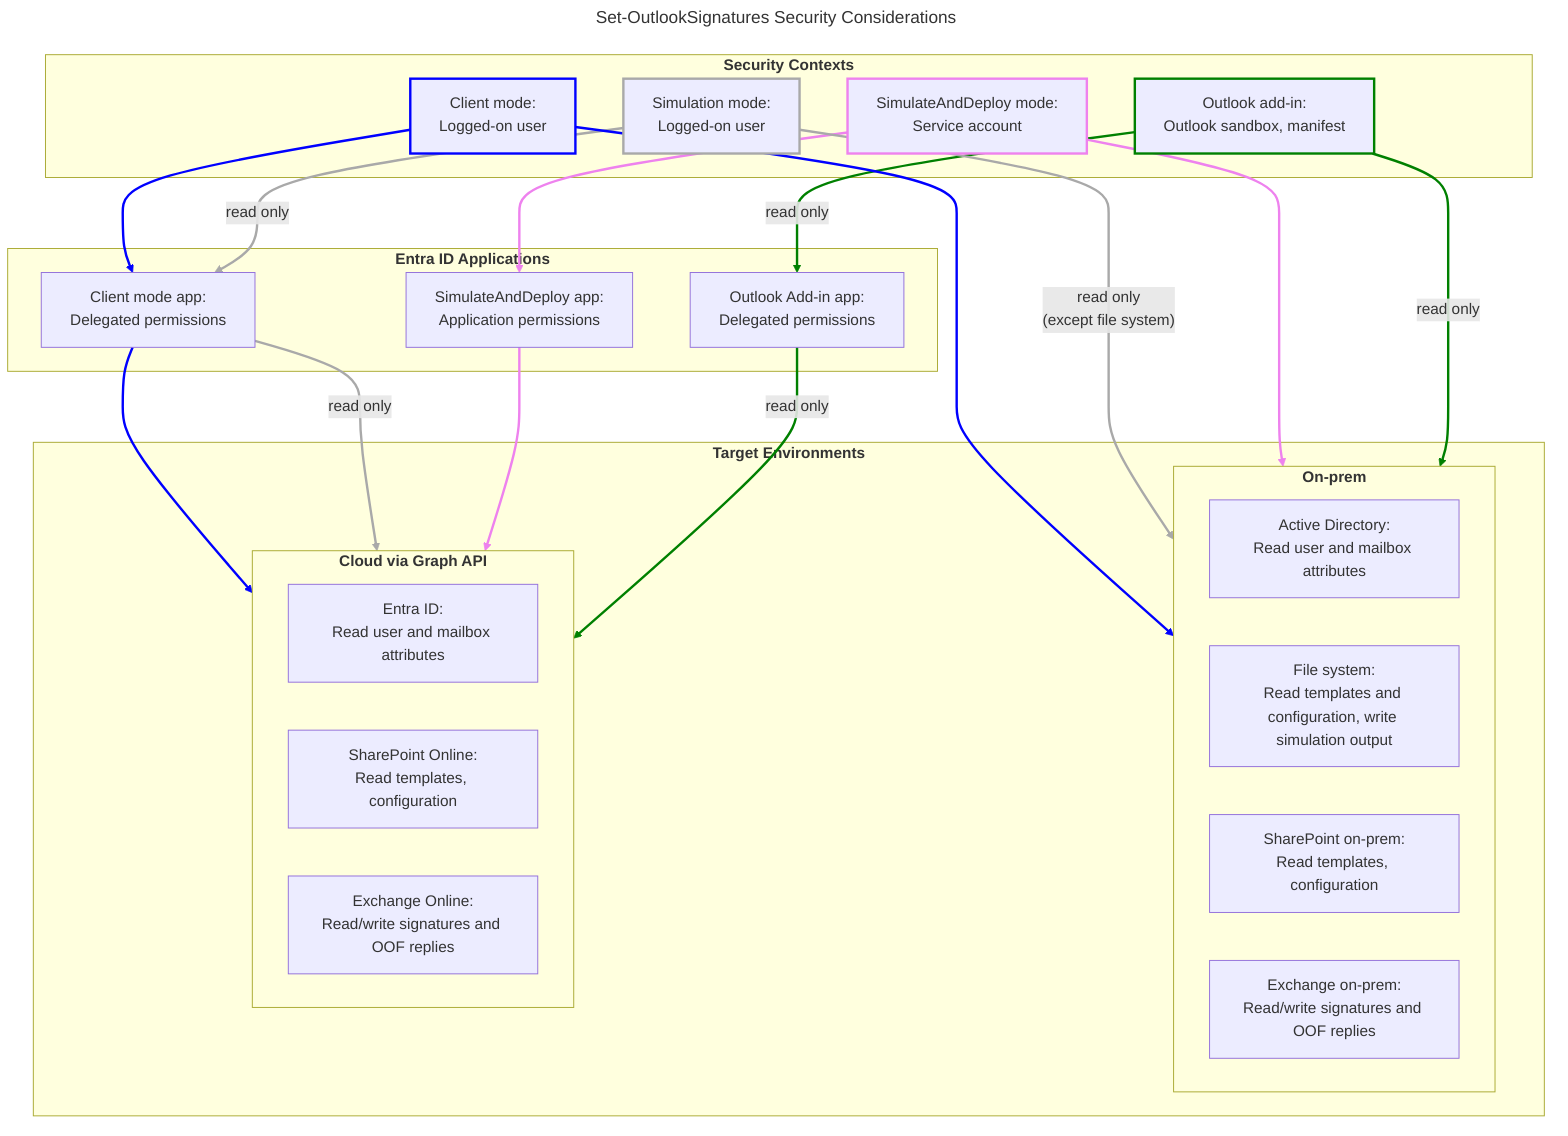
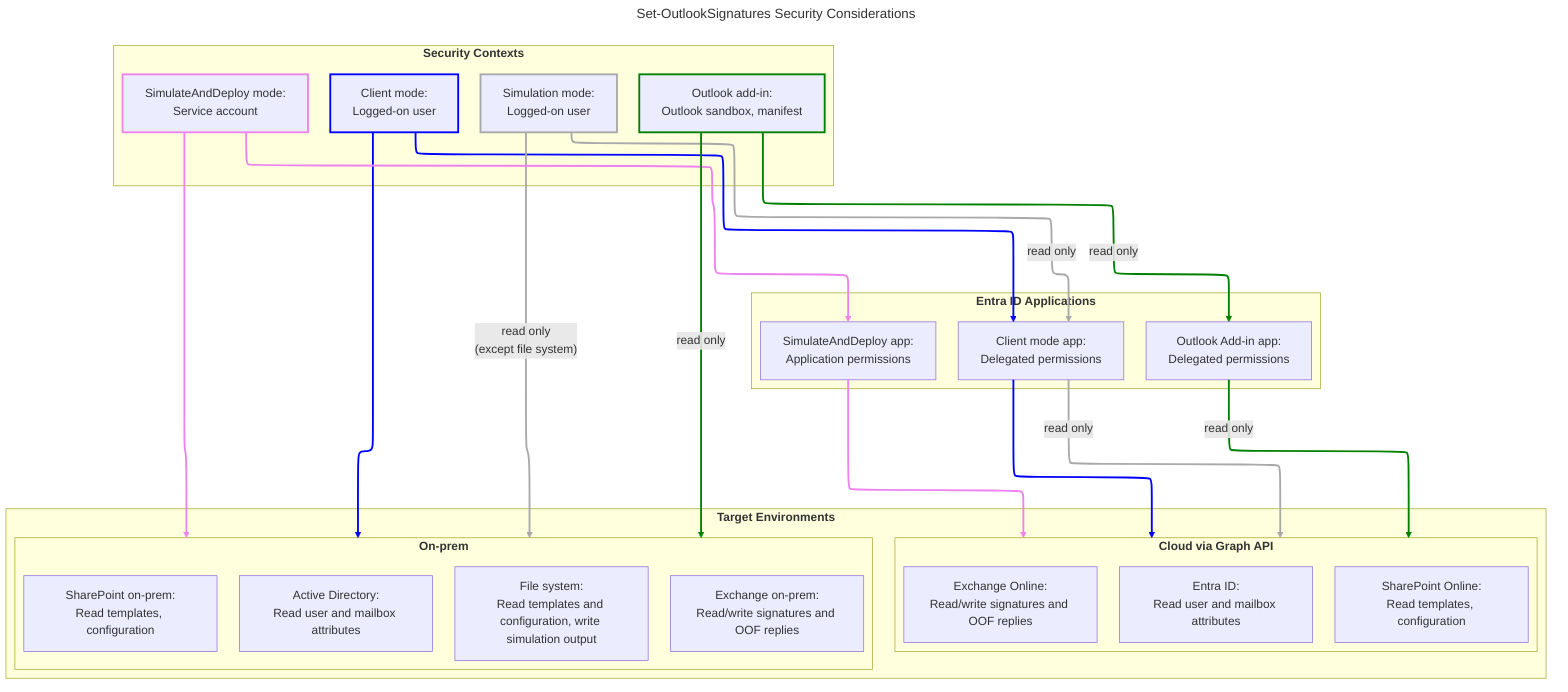
---
title: Set-OutlookSignatures Security Considerations
+ config:
+   layout: elk
---
flowchart TB
  subgraph Contexts ["<b>Security Contexts</b>"]
    UserCtx["Client mode:<br>Logged-on user"]
    SimulateCtx["Simulation mode:<br>Logged-on user"]
    SvcCtx["SimulateAndDeploy mode:<br>Service account"]
    AddInCtx["Outlook add-in:<br>Outlook sandbox, manifest"]
  end

  subgraph EntraApps ["<b>Entra ID Applications</b>"]
    ClientApp["Client mode app:<br>Delegated permissions"]
    DeployApp["SimulateAndDeploy app:<br>Application permissions"]
    AddInApp["Outlook Add-in app:<br>Delegated permissions"]
  end

  subgraph Targets ["<b>Target Environments</b>"]
    subgraph onprem ["<b>On-prem</b>"]
      ActiveDirectory["Active Directory:<br>Read user and mailbox attributes"]
      File["File system:<br>Read templates and configuration, write simulation output"]
      SharePointOnprem["SharePoint on-prem:<br>Read templates, configuration"]
      ExchangeOnprem["Exchange on-prem:<br>Read/write signatures and OOF replies"]
    end

    subgraph cloud ["<b>Cloud via Graph API</b>"]
      EntraID["Entra ID:<br>Read user and mailbox attributes"]
      SharePointOnline["SharePoint Online:<br>Read templates, configuration"]
      ExchangeOnline["Exchange Online:<br>Read/write signatures and OOF replies"]
    end
  end

  UserCtx --> onprem
  UserCtx --> ClientApp
  ClientApp --> cloud

  SimulateCtx --> |"read only<br>(except file system)"| onprem
  SimulateCtx --> |"read only"| ClientApp --> |"read only"| cloud

  SvcCtx --> onprem
  SvcCtx --> DeployApp
  DeployApp --> cloud

  AddInCtx --> |"read only"| AddInApp
  AddInCtx --> |"read only"| onprem
  AddInApp --> |"read only"| cloud

  style UserCtx stroke:blue,stroke-width:2.5px
  style SimulateCtx stroke:darkgrey,stroke-width:2.5px
  style SvcCtx stroke:violet,stroke-width:2.5px
  style AddInCtx stroke:green,stroke-width:2.5px

  linkStyle 0,1,2 stroke:blue, stroke-width:2.5px
  linkStyle 3,4,5 stroke:darkgrey, stroke-width:2.5px
  linkStyle 6,7,8 stroke:violet, stroke-width:2.5px
  linkStyle 9,10,11 stroke:green, stroke-width:2.5px